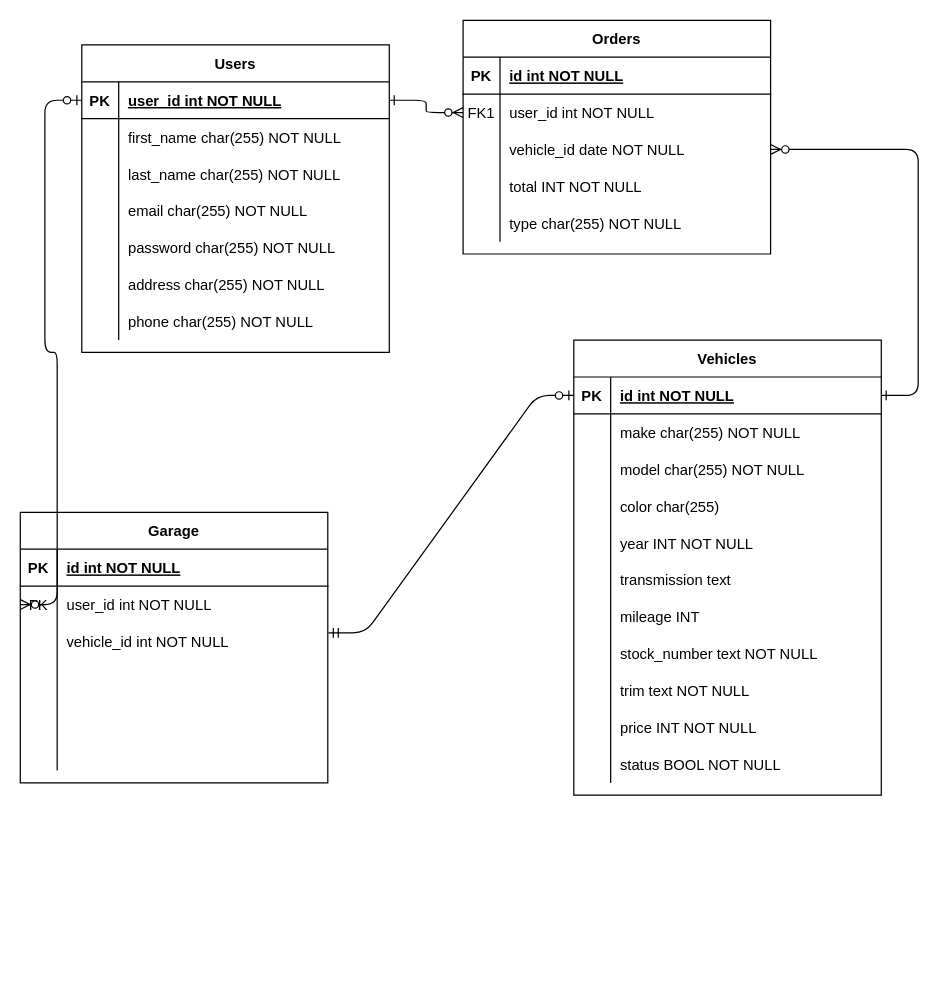
NahomKibreab/Sundance-Mazda-Project keeps this draw.io diagram as planning/Sundance-Mazda.drawio. Above is the earlier version. Source tidied: cells renumbered, new cells numbered last; positions are measured from the earlier drawing's top-left corner, leaving out a move shared by most shapes. Both pictures are drawn from the tidied source at 123%, with x=0, y=0 at pixel (20, 20).
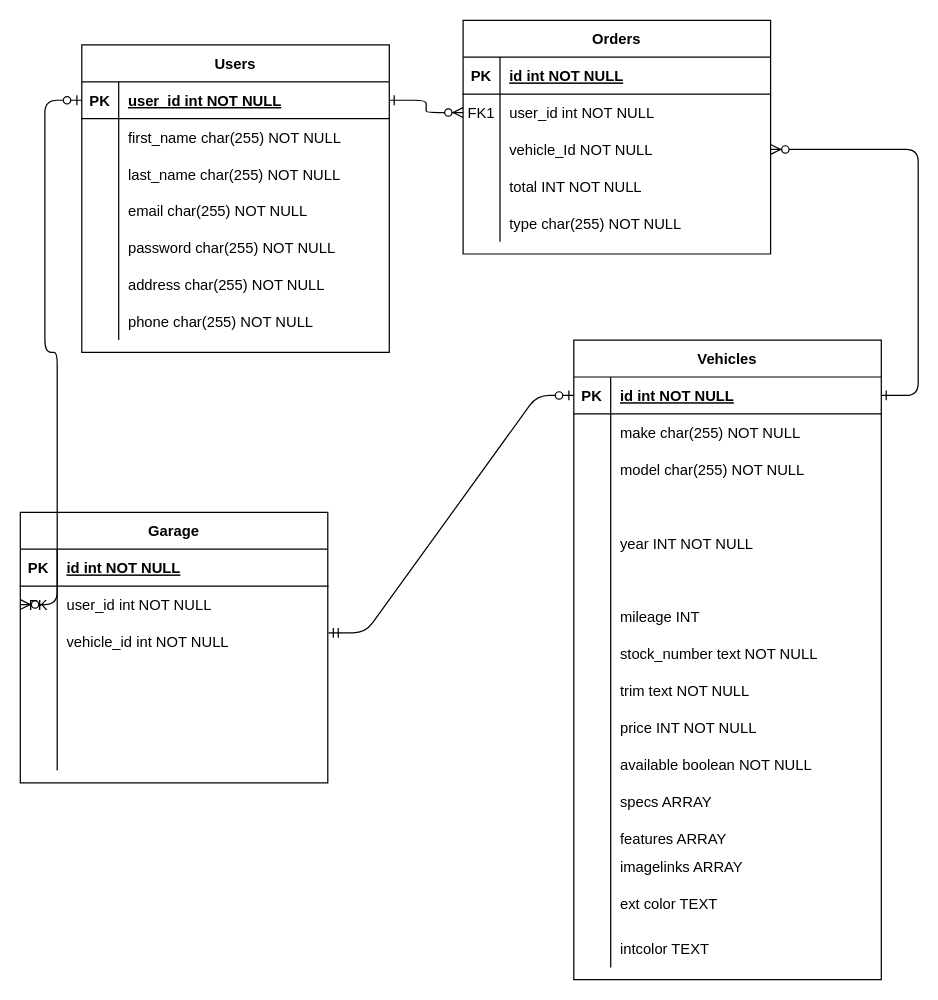
The same diagram, later.

Unchanged cells that the change refers to:
```xml
<mxCell id="11" style="shape=partialRectangle;fillColor=none;points=[[0,0.5],[1,0.5]];portConstraint=eastwest;top=0;left=0;right=0;bottom=0;" parent="4" vertex="1">
  <mxGeometry y="90" width="250" height="30" as="geometry" />
</mxCell>
<mxCell id="30" style="shape=partialRectangle;fillColor=none;top=0;left=0;right=0;bottom=0;" parent="20" vertex="1">
  <mxGeometry y="120" width="250" height="30" as="geometry" />
</mxCell>
<mxCell id="36" style="shape=partialRectangle;fillColor=none;top=0;left=0;right=0;bottom=0;" parent="20" vertex="1">
  <mxGeometry y="180" width="250" height="30" as="geometry" />
</mxCell>
<mxCell id="51" style="shape=partialRectangle;fillColor=none;top=0;left=0;right=0;bottom=0;" parent="20" vertex="1">
  <mxGeometry y="330" width="250" height="30" as="geometry" />
</mxCell>
```

Change to the diagram source:
```diff
@@
-    <mxCell id="13" value="vehicle_id date NOT NULL" style="shape=partialRectangle;overflow=hidden;fillColor=none;top=0;left=0;bottom=0;right=0;align=left;spacingLeft=6;" parent="11" vertex="1">
+    <mxCell id="13" value="vehicle_Id NOT NULL" style="shape=partialRectangle;overflow=hidden;fillColor=none;top=0;left=0;bottom=0;right=0;align=left;spacingLeft=6;" parent="11" vertex="1">
       <mxGeometry x="30" width="220" height="30" as="geometry" />
     </mxCell>
@@
     <mxCell id="20" value="Vehicles" style="shape=table;startSize=30;childLayout=tableLayout;rowLines=0;fontStyle=1;align=center;" parent="1" vertex="1">
-      <mxGeometry x="450" y="260" width="250" height="370" as="geometry" />
+      <mxGeometry x="450" y="260" width="250" height="520" as="geometry" />
     </mxCell>
@@
-    <mxCell id="32" value="color char(255)" style="shape=partialRectangle;overflow=hidden;fillColor=none;top=0;left=0;bottom=0;right=0;align=left;spacingLeft=6;" parent="30" vertex="1">
+    <mxCell id="32" style="shape=partialRectangle;overflow=hidden;fillColor=none;top=0;left=0;bottom=0;right=0;align=left;spacingLeft=6;" parent="30" vertex="1">
       <mxGeometry x="30" width="220" height="30" as="geometry" />
     </mxCell>
@@
-    <mxCell id="38" value="transmission text " style="shape=partialRectangle;overflow=hidden;fillColor=none;top=0;left=0;bottom=0;right=0;align=left;spacingLeft=6;" parent="36" vertex="1">
+    <mxCell id="38" style="shape=partialRectangle;overflow=hidden;fillColor=none;top=0;left=0;bottom=0;right=0;align=left;spacingLeft=6;" parent="36" vertex="1">
       <mxGeometry x="30" width="220" height="30" as="geometry" />
     </mxCell>
@@
-    <mxCell id="53" value="status BOOL NOT NULL" style="shape=partialRectangle;overflow=hidden;fillColor=none;top=0;left=0;bottom=0;right=0;align=left;spacingLeft=6;" parent="51" vertex="1">
+    <mxCell id="53" value="available boolean NOT NULL" style="shape=partialRectangle;overflow=hidden;fillColor=none;top=0;left=0;bottom=0;right=0;align=left;spacingLeft=6;" parent="51" vertex="1">
       <mxGeometry x="30" width="220" height="30" as="geometry" />
     </mxCell>
+    <mxCell id="97" style="shape=partialRectangle;fillColor=none;top=0;left=0;right=0;bottom=0;" parent="20" vertex="1">
+      <mxGeometry y="360" width="250" height="30" as="geometry" />
+    </mxCell>
+    <mxCell id="98" style="shape=partialRectangle;overflow=hidden;fillColor=none;top=0;left=0;bottom=0;right=0;" parent="97" vertex="1">
+      <mxGeometry width="30" height="30" as="geometry" />
+    </mxCell>
+    <mxCell id="99" value="specs ARRAY" style="shape=partialRectangle;overflow=hidden;fillColor=none;top=0;left=0;bottom=0;right=0;align=left;spacingLeft=6;" parent="97" vertex="1">
+      <mxGeometry x="30" width="220" height="30" as="geometry" />
+    </mxCell>
+    <mxCell id="100" style="shape=partialRectangle;fillColor=none;top=0;left=0;right=0;bottom=0;" parent="20" vertex="1">
+      <mxGeometry y="390" width="250" height="30" as="geometry" />
+    </mxCell>
+    <mxCell id="101" style="shape=partialRectangle;overflow=hidden;fillColor=none;top=0;left=0;bottom=0;right=0;" parent="100" vertex="1">
+      <mxGeometry width="30" height="30" as="geometry" />
+    </mxCell>
+    <mxCell id="102" value="features ARRAY" style="shape=partialRectangle;overflow=hidden;fillColor=none;top=0;left=0;bottom=0;right=0;align=left;spacingLeft=6;" parent="100" vertex="1">
+      <mxGeometry x="30" width="220" height="30" as="geometry" />
+    </mxCell>
+    <mxCell id="103" style="shape=partialRectangle;fillColor=none;top=0;left=0;right=0;bottom=0;" parent="20" vertex="1">
+      <mxGeometry y="420" width="250" height="30" as="geometry" />
+    </mxCell>
+    <mxCell id="104" style="shape=partialRectangle;overflow=hidden;fillColor=none;top=0;left=0;bottom=0;right=0;" parent="103" vertex="1">
+      <mxGeometry width="30" height="30" as="geometry" />
+    </mxCell>
+    <mxCell id="105" value="imagelinks ARRAY&#10;" style="shape=partialRectangle;overflow=hidden;fillColor=none;top=0;left=0;bottom=0;right=0;align=left;spacingLeft=6;" parent="103" vertex="1">
+      <mxGeometry x="30" width="220" height="30" as="geometry" />
+    </mxCell>
+    <mxCell id="106" style="shape=partialRectangle;fillColor=none;top=0;left=0;right=0;bottom=0;" parent="20" vertex="1">
+      <mxGeometry y="450" width="250" height="30" as="geometry" />
+    </mxCell>
+    <mxCell id="107" style="shape=partialRectangle;overflow=hidden;fillColor=none;top=0;left=0;bottom=0;right=0;" parent="106" vertex="1">
+      <mxGeometry width="30" height="30" as="geometry" />
+    </mxCell>
+    <mxCell id="108" value="ext color TEXT&#10;" style="shape=partialRectangle;overflow=hidden;fillColor=none;top=0;left=0;bottom=0;right=0;align=left;spacingLeft=6;" parent="106" vertex="1">
+      <mxGeometry x="30" width="220" height="30" as="geometry" />
+    </mxCell>
+    <mxCell id="109" style="shape=partialRectangle;fillColor=none;top=0;left=0;right=0;bottom=0;" parent="20" vertex="1">
+      <mxGeometry y="480" width="250" height="30" as="geometry" />
+    </mxCell>
+    <mxCell id="110" style="shape=partialRectangle;overflow=hidden;fillColor=none;top=0;left=0;bottom=0;right=0;" parent="109" vertex="1">
+      <mxGeometry width="30" height="30" as="geometry" />
+    </mxCell>
+    <mxCell id="111" value="intcolor TEXT" style="shape=partialRectangle;overflow=hidden;fillColor=none;top=0;left=0;bottom=0;right=0;align=left;spacingLeft=6;" parent="109" vertex="1">
+      <mxGeometry x="30" width="220" height="30" as="geometry" />
+    </mxCell>
```
